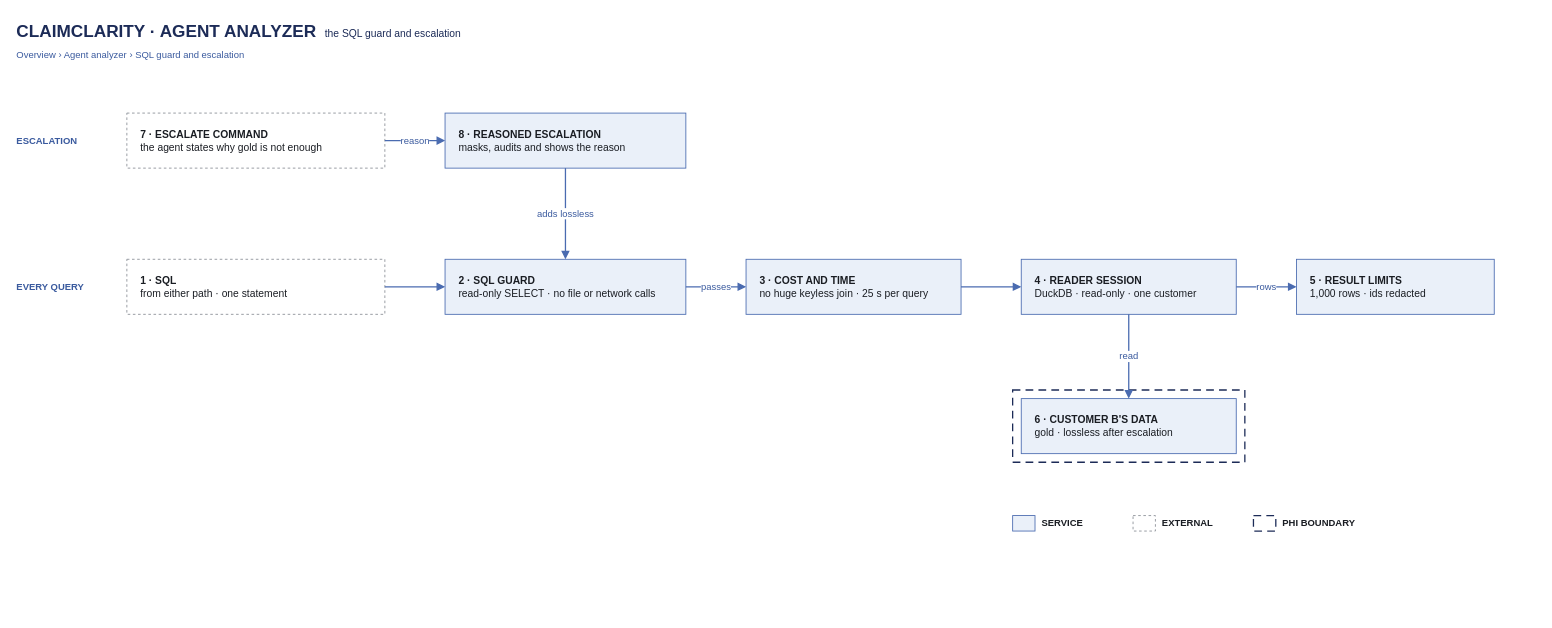
Peter-Shamoun/cc keeps this draw.io diagram as docs/architecture/src/44-sql-guard-escalation.drawio. Above is the earlier version. Source tidied: cells renumbered, new cells numbered last; positions are measured from the earlier drawing's top-left corner, leaving out a move shared by most shapes. Both pictures are drawn from the tidied source at 86%, with x=0, y=0 at pixel (15, 15).
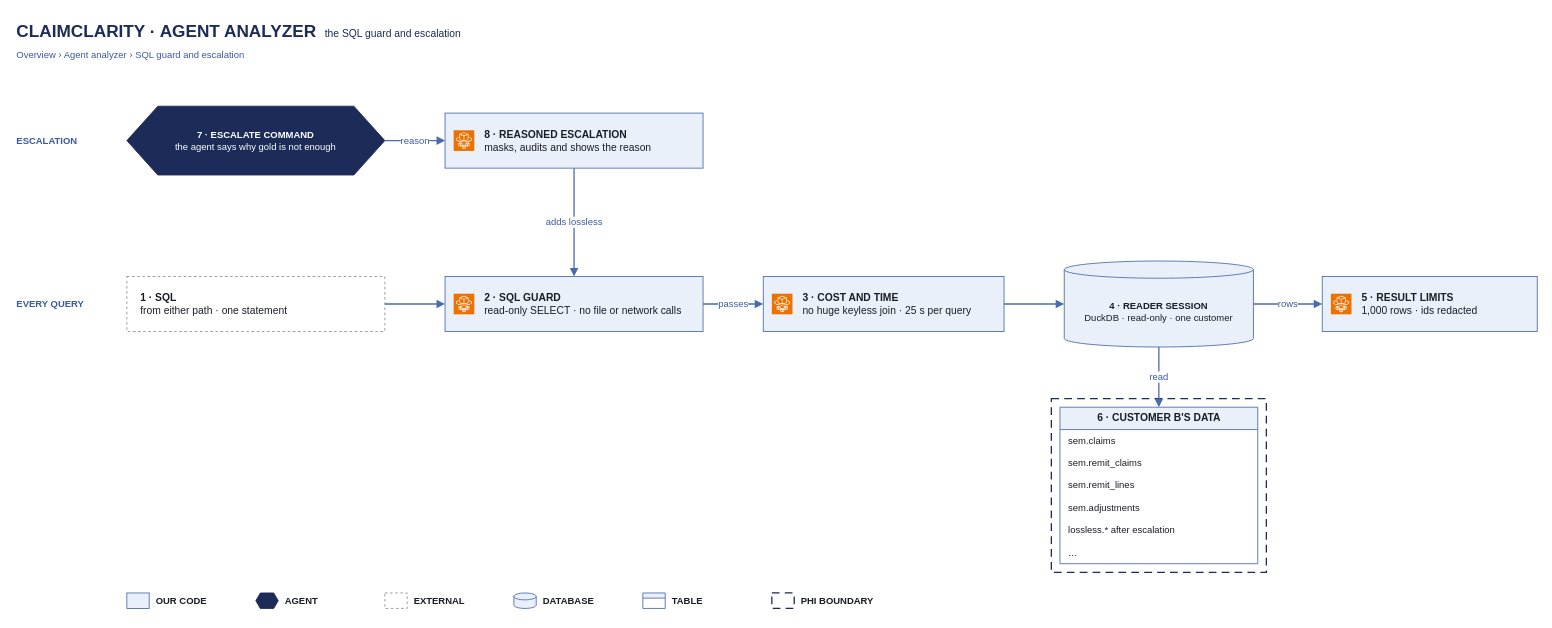
The same page after the edit.

Change to the diagram source:
```diff
@@
     <mxCell id="2" value="&lt;b style='font-size:20px'&gt;CLAIMCLARITY · AGENT ANALYZER&lt;/b&gt;&amp;nbsp;&amp;nbsp;&amp;nbsp;the SQL guard and escalation" style="text;html=1;align=left;verticalAlign=middle;fontSize=12;fontColor=#1C2B57;fontFamily=Helvetica;" parent="1" vertex="1">
-      <mxGeometry width="1200" height="36" as="geometry" />
+      <mxGeometry width="1300" height="36" as="geometry" />
     </mxCell>
@@
     <mxCell id="5" value="EVERY QUERY" style="text;html=1;align=left;verticalAlign=middle;fontSize=11;fontColor=#3A5A9E;fontStyle=1;fontFamily=Helvetica;" parent="1" vertex="1">
-      <mxGeometry y="296" width="110" height="40" as="geometry" />
+      <mxGeometry y="316" width="110" height="40" as="geometry" />
     </mxCell>
-    <mxCell id="6" value="&lt;b&gt;7 · ESCALATE COMMAND&lt;/b&gt;&lt;br&gt;the agent states why gold is not enough" style="rounded=0;whiteSpace=wrap;html=1;fillColor=#FFFFFF;strokeColor=#8A8E95;dashed=1;fontColor=#1A1D23;align=left;spacingLeft=14;spacingRight=10;verticalAlign=middle;fontSize=12;fontFamily=Helvetica;" parent="1" vertex="1">
-      <mxGeometry x="130" y="114" width="300" height="64" as="geometry" />
-    </mxCell>
+    <mxCell id="29" value="&lt;b&gt;7 · ESCALATE COMMAND&lt;/b&gt;&lt;br&gt;the agent says why gold is not enough" style="shape=hexagon;perimeter=hexagonPerimeter2;size=0.12;whiteSpace=wrap;html=1;fillColor=#1C2B57;strokeColor=#1C2B57;fontColor=#FFFFFF;fontFamily=Helvetica;fontSize=11;" parent="1" vertex="1">
+      <mxGeometry x="130" y="106" width="300" height="80" as="geometry" />
+    </mxCell>
-    <mxCell id="7" value="&lt;b&gt;8 · REASONED ESCALATION&lt;/b&gt;&lt;br&gt;masks, audits and shows the reason" style="rounded=0;whiteSpace=wrap;html=1;fillColor=#EAF0F9;strokeColor=#4A6BB0;fontColor=#1A1D23;align=left;spacingLeft=14;spacingRight=10;verticalAlign=middle;fontSize=12;fontFamily=Helvetica;" parent="1" vertex="1">
-      <mxGeometry x="500" y="114" width="280" height="64" as="geometry" />
+    <mxCell id="7" value="&lt;b&gt;8 · REASONED ESCALATION&lt;/b&gt;&lt;br&gt;masks, audits and shows the reason" style="rounded=0;whiteSpace=wrap;html=1;fillColor=#EAF0F9;strokeColor=#4A6BB0;fontColor=#1A1D23;align=left;spacingLeft=44;spacingRight=10;verticalAlign=middle;fontSize=12;fontFamily=Helvetica;" parent="1" vertex="1">
+      <mxGeometry x="500" y="114" width="300" height="64" as="geometry" />
     </mxCell>
+    <mxCell id="30" style="sketch=0;fontColor=#232F3E;fillColor=#ED7100;strokeColor=#ffffff;dashed=0;verticalLabelPosition=bottom;verticalAlign=top;align=center;html=1;fontSize=11;fontFamily=Helvetica;shape=mxgraph.aws4.resourceIcon;resIcon=mxgraph.aws4.fargate;" parent="7" vertex="1">
+      <mxGeometry x="10" y="20" width="24" height="24" as="geometry" />
+    </mxCell>
     <mxCell id="8" value="&lt;b&gt;1 · SQL&lt;/b&gt;&lt;br&gt;from either path · one statement" style="rounded=0;whiteSpace=wrap;html=1;fillColor=#FFFFFF;strokeColor=#8A8E95;dashed=1;fontColor=#1A1D23;align=left;spacingLeft=14;spacingRight=10;verticalAlign=middle;fontSize=12;fontFamily=Helvetica;" parent="1" vertex="1">
-      <mxGeometry x="130" y="284" width="300" height="64" as="geometry" />
+      <mxGeometry x="130" y="304" width="300" height="64" as="geometry" />
     </mxCell>
-    <mxCell id="9" value="&lt;b&gt;2 · SQL GUARD&lt;/b&gt;&lt;br&gt;read-only SELECT · no file or network calls" style="rounded=0;whiteSpace=wrap;html=1;fillColor=#EAF0F9;strokeColor=#4A6BB0;fontColor=#1A1D23;align=left;spacingLeft=14;spacingRight=10;verticalAlign=middle;fontSize=12;fontFamily=Helvetica;" parent="1" vertex="1">
-      <mxGeometry x="500" y="284" width="280" height="64" as="geometry" />
+    <mxCell id="9" value="&lt;b&gt;2 · SQL GUARD&lt;/b&gt;&lt;br&gt;read-only SELECT · no file or network calls" style="rounded=0;whiteSpace=wrap;html=1;fillColor=#EAF0F9;strokeColor=#4A6BB0;fontColor=#1A1D23;align=left;spacingLeft=44;spacingRight=10;verticalAlign=middle;fontSize=12;fontFamily=Helvetica;" parent="1" vertex="1">
+      <mxGeometry x="500" y="304" width="300" height="64" as="geometry" />
     </mxCell>
+    <mxCell id="31" style="sketch=0;fontColor=#232F3E;fillColor=#ED7100;strokeColor=#ffffff;dashed=0;verticalLabelPosition=bottom;verticalAlign=top;align=center;html=1;fontSize=11;fontFamily=Helvetica;shape=mxgraph.aws4.resourceIcon;resIcon=mxgraph.aws4.fargate;" parent="9" vertex="1">
+      <mxGeometry x="10" y="20" width="24" height="24" as="geometry" />
+    </mxCell>
-    <mxCell id="10" value="&lt;b&gt;3 · COST AND TIME&lt;/b&gt;&lt;br&gt;no huge keyless join · 25 s per query" style="rounded=0;whiteSpace=wrap;html=1;fillColor=#EAF0F9;strokeColor=#4A6BB0;fontColor=#1A1D23;align=left;spacingLeft=14;spacingRight=10;verticalAlign=middle;fontSize=12;fontFamily=Helvetica;" parent="1" vertex="1">
-      <mxGeometry x="850" y="284" width="250" height="64" as="geometry" />
+    <mxCell id="10" value="&lt;b&gt;3 · COST AND TIME&lt;/b&gt;&lt;br&gt;no huge keyless join · 25 s per query" style="rounded=0;whiteSpace=wrap;html=1;fillColor=#EAF0F9;strokeColor=#4A6BB0;fontColor=#1A1D23;align=left;spacingLeft=44;spacingRight=10;verticalAlign=middle;fontSize=12;fontFamily=Helvetica;" parent="1" vertex="1">
+      <mxGeometry x="870" y="304" width="280" height="64" as="geometry" />
     </mxCell>
+    <mxCell id="32" style="sketch=0;fontColor=#232F3E;fillColor=#ED7100;strokeColor=#ffffff;dashed=0;verticalLabelPosition=bottom;verticalAlign=top;align=center;html=1;fontSize=11;fontFamily=Helvetica;shape=mxgraph.aws4.resourceIcon;resIcon=mxgraph.aws4.fargate;" parent="10" vertex="1">
+      <mxGeometry x="10" y="20" width="24" height="24" as="geometry" />
+    </mxCell>
-    <mxCell id="11" value="&lt;b&gt;4 · READER SESSION&lt;/b&gt;&lt;br&gt;DuckDB · read-only · one customer" style="rounded=0;whiteSpace=wrap;html=1;fillColor=#EAF0F9;strokeColor=#4A6BB0;fontColor=#1A1D23;align=left;spacingLeft=14;spacingRight=10;verticalAlign=middle;fontSize=12;fontFamily=Helvetica;" parent="1" vertex="1">
-      <mxGeometry x="1170" y="284" width="250" height="64" as="geometry" />
+    <mxCell id="11" value="&lt;b&gt;4 · READER SESSION&lt;/b&gt;&lt;br&gt;DuckDB · read-only · one customer" style="shape=cylinder3;whiteSpace=wrap;html=1;boundedLbl=1;backgroundOutline=1;size=10;fillColor=#EAF0F9;strokeColor=#4A6BB0;fontSize=11;fontFamily=Helvetica;fontColor=#1A1D23;" parent="1" vertex="1">
+      <mxGeometry x="1220" y="286" width="220" height="100" as="geometry" />
     </mxCell>
-    <mxCell id="12" value="&lt;b&gt;5 · RESULT LIMITS&lt;/b&gt;&lt;br&gt;1,000 rows · ids redacted" style="rounded=0;whiteSpace=wrap;html=1;fillColor=#EAF0F9;strokeColor=#4A6BB0;fontColor=#1A1D23;align=left;spacingLeft=14;spacingRight=10;verticalAlign=middle;fontSize=12;fontFamily=Helvetica;" parent="1" vertex="1">
-      <mxGeometry x="1490" y="284" width="230" height="64" as="geometry" />
+    <mxCell id="12" value="&lt;b&gt;5 · RESULT LIMITS&lt;/b&gt;&lt;br&gt;1,000 rows · ids redacted" style="rounded=0;whiteSpace=wrap;html=1;fillColor=#EAF0F9;strokeColor=#4A6BB0;fontColor=#1A1D23;align=left;spacingLeft=44;spacingRight=10;verticalAlign=middle;fontSize=12;fontFamily=Helvetica;" parent="1" vertex="1">
+      <mxGeometry x="1520" y="304" width="250" height="64" as="geometry" />
     </mxCell>
+    <mxCell id="33" style="sketch=0;fontColor=#232F3E;fillColor=#ED7100;strokeColor=#ffffff;dashed=0;verticalLabelPosition=bottom;verticalAlign=top;align=center;html=1;fontSize=11;fontFamily=Helvetica;shape=mxgraph.aws4.resourceIcon;resIcon=mxgraph.aws4.fargate;" parent="12" vertex="1">
+      <mxGeometry x="10" y="20" width="24" height="24" as="geometry" />
+    </mxCell>
     <mxCell id="13" style="rounded=0;whiteSpace=wrap;html=1;fillColor=none;strokeColor=#1C2B57;dashed=1;dashPattern=6 4;strokeWidth=1.5;" parent="1" vertex="1">
-      <mxGeometry x="1160" y="436" width="270" height="84" as="geometry" />
+      <mxGeometry x="1205" y="446" width="250" height="202" as="geometry" />
     </mxCell>
-    <mxCell id="14" value="&lt;b&gt;6 · CUSTOMER B'S DATA&lt;/b&gt;&lt;br&gt;gold · lossless after escalation" style="rounded=0;whiteSpace=wrap;html=1;fillColor=#EAF0F9;strokeColor=#4A6BB0;fontColor=#1A1D23;align=left;spacingLeft=14;spacingRight=10;verticalAlign=middle;fontSize=12;fontFamily=Helvetica;" parent="13" vertex="1">
-      <mxGeometry x="10" y="10" width="250" height="64" as="geometry" />
-    </mxCell>
+    <mxCell id="34" value="6 · CUSTOMER B'S DATA" style="swimlane;fontStyle=1;horizontal=1;startSize=26;fillColor=#EAF0F9;strokeColor=#4A6BB0;html=1;fontSize=12;fontFamily=Helvetica;fontColor=#1A1D23;" parent="13" vertex="1">
+      <mxGeometry x="10" y="10" width="230" height="182" as="geometry" />
+    </mxCell>
+    <mxCell id="35" value="sem.claims" style="text;strokeColor=none;fillColor=none;align=left;verticalAlign=middle;spacingLeft=8;html=1;fontSize=11;fontFamily=Helvetica;fontColor=#1A1D23;" parent="34" vertex="1">
+      <mxGeometry y="26" width="230" height="26" as="geometry" />
+    </mxCell>
+    <mxCell id="36" value="sem.remit_claims" style="text;strokeColor=none;fillColor=none;align=left;verticalAlign=middle;spacingLeft=8;html=1;fontSize=11;fontFamily=Helvetica;fontColor=#1A1D23;" parent="34" vertex="1">
+      <mxGeometry y="52" width="230" height="26" as="geometry" />
+    </mxCell>
+    <mxCell id="37" value="sem.remit_lines" style="text;strokeColor=none;fillColor=none;align=left;verticalAlign=middle;spacingLeft=8;html=1;fontSize=11;fontFamily=Helvetica;fontColor=#1A1D23;" parent="34" vertex="1">
+      <mxGeometry y="78" width="230" height="26" as="geometry" />
+    </mxCell>
+    <mxCell id="38" value="sem.adjustments" style="text;strokeColor=none;fillColor=none;align=left;verticalAlign=middle;spacingLeft=8;html=1;fontSize=11;fontFamily=Helvetica;fontColor=#1A1D23;" parent="34" vertex="1">
+      <mxGeometry y="104" width="230" height="26" as="geometry" />
+    </mxCell>
+    <mxCell id="39" value="lossless.* after escalation" style="text;strokeColor=none;fillColor=none;align=left;verticalAlign=middle;spacingLeft=8;html=1;fontSize=11;fontFamily=Helvetica;fontColor=#1A1D23;" parent="34" vertex="1">
+      <mxGeometry y="130" width="230" height="26" as="geometry" />
+    </mxCell>
+    <mxCell id="40" value="…" style="text;strokeColor=none;fillColor=none;align=left;verticalAlign=middle;spacingLeft=8;html=1;fontSize=11;fontFamily=Helvetica;fontColor=#1A1D23;" parent="34" vertex="1">
+      <mxGeometry y="156" width="230" height="26" as="geometry" />
+    </mxCell>
-    <mxCell id="15" value="reason" style="edgeStyle=orthogonalEdgeStyle;rounded=1;jettySize=auto;html=1;strokeColor=#4A6BB0;strokeWidth=1.5;endArrow=block;endFill=1;endSize=6;fontSize=11;fontColor=#3A5A9E;labelBackgroundColor=#FFFFFF;fontFamily=Helvetica;exitX=1;exitY=0.5;exitDx=0;exitDy=0;entryX=0;entryY=0.5;entryDx=0;entryDy=0;" parent="1" edge="1" source="6" target="7">
+    <mxCell id="15" value="reason" style="edgeStyle=orthogonalEdgeStyle;rounded=1;jettySize=auto;html=1;strokeColor=#4A6BB0;strokeWidth=1.5;endArrow=block;endFill=1;endSize=6;fontSize=11;fontColor=#3A5A9E;labelBackgroundColor=#FFFFFF;fontFamily=Helvetica;exitX=1;exitY=0.5;exitDx=0;exitDy=0;entryX=0;entryY=0.5;entryDx=0;entryDy=0;" parent="1" edge="1" source="29" target="7">
       <mxGeometry relative="1" as="geometry" />
     </mxCell>
@@
-    <mxCell id="20" value="read" style="edgeStyle=orthogonalEdgeStyle;rounded=1;jettySize=auto;html=1;strokeColor=#4A6BB0;strokeWidth=1.5;endArrow=block;endFill=1;endSize=6;fontSize=11;fontColor=#3A5A9E;labelBackgroundColor=#FFFFFF;fontFamily=Helvetica;exitX=0.5;exitY=1;exitDx=0;exitDy=0;entryX=0.5;entryY=0;entryDx=0;entryDy=0;" parent="1" edge="1" source="11" target="14">
+    <mxCell id="20" value="read" style="edgeStyle=orthogonalEdgeStyle;rounded=1;jettySize=auto;html=1;strokeColor=#4A6BB0;strokeWidth=1.5;endArrow=block;endFill=1;endSize=6;fontSize=11;fontColor=#3A5A9E;labelBackgroundColor=#FFFFFF;fontFamily=Helvetica;exitX=0.5;exitY=1;exitDx=0;exitDy=0;entryX=0.5;entryY=0;entryDx=0;entryDy=0;" parent="1" edge="1" source="11" target="34">
       <mxGeometry relative="1" as="geometry" />
     </mxCell>
@@
     <mxCell id="22" style="rounded=0;html=1;fillColor=none;strokeColor=none;" parent="1" vertex="1">
-      <mxGeometry x="1160" y="576" width="420" height="30" as="geometry" />
+      <mxGeometry x="130" y="666" width="900" height="30" as="geometry" />
     </mxCell>
@@
-    <mxCell id="24" value="SERVICE" style="text;html=1;align=left;verticalAlign=middle;fontSize=11;fontColor=#1A1D23;fontStyle=1;fontFamily=Helvetica;" parent="22" vertex="1">
-      <mxGeometry x="32" y="4" width="105" height="22" as="geometry" />
+    <mxCell id="24" value="OUR CODE" style="text;html=1;align=left;verticalAlign=middle;fontSize=11;fontColor=#1A1D23;fontStyle=1;fontFamily=Helvetica;" parent="22" vertex="1">
+      <mxGeometry x="32" y="4" width="115" height="22" as="geometry" />
     </mxCell>
-    <mxCell id="25" style="fillColor=#FFFFFF;strokeColor=#8A8E95;dashed=1;html=1;" parent="22" vertex="1">
-      <mxGeometry x="140" y="6" width="26" height="18" as="geometry" />
+    <mxCell id="25" style="shape=hexagon;perimeter=hexagonPerimeter2;size=0.2;fillColor=#1C2B57;strokeColor=#1C2B57;html=1;" parent="22" vertex="1">
+      <mxGeometry x="150" y="6" width="26" height="18" as="geometry" />
     </mxCell>
-    <mxCell id="26" value="EXTERNAL" style="text;html=1;align=left;verticalAlign=middle;fontSize=11;fontColor=#1A1D23;fontStyle=1;fontFamily=Helvetica;" parent="22" vertex="1">
-      <mxGeometry x="172" y="4" width="105" height="22" as="geometry" />
+    <mxCell id="26" value="AGENT" style="text;html=1;align=left;verticalAlign=middle;fontSize=11;fontColor=#1A1D23;fontStyle=1;fontFamily=Helvetica;" parent="22" vertex="1">
+      <mxGeometry x="182" y="4" width="115" height="22" as="geometry" />
     </mxCell>
-    <mxCell id="27" style="fillColor=none;strokeColor=#1C2B57;dashed=1;dashPattern=6 4;strokeWidth=1.5;html=1;" parent="22" vertex="1">
-      <mxGeometry x="280" y="6" width="26" height="18" as="geometry" />
+    <mxCell id="27" style="fillColor=#FFFFFF;strokeColor=#8A8E95;dashed=1;html=1;" parent="22" vertex="1">
+      <mxGeometry x="300" y="6" width="26" height="18" as="geometry" />
     </mxCell>
-    <mxCell id="28" value="PHI BOUNDARY" style="text;html=1;align=left;verticalAlign=middle;fontSize=11;fontColor=#1A1D23;fontStyle=1;fontFamily=Helvetica;" parent="22" vertex="1">
-      <mxGeometry x="312" y="4" width="105" height="22" as="geometry" />
+    <mxCell id="28" value="EXTERNAL" style="text;html=1;align=left;verticalAlign=middle;fontSize=11;fontColor=#1A1D23;fontStyle=1;fontFamily=Helvetica;" parent="22" vertex="1">
+      <mxGeometry x="332" y="4" width="115" height="22" as="geometry" />
     </mxCell>
+    <mxCell id="41" style="shape=cylinder3;html=1;boundedLbl=1;backgroundOutline=1;size=4;fillColor=#EAF0F9;strokeColor=#4A6BB0;" parent="22" vertex="1">
+      <mxGeometry x="450" y="6" width="26" height="18" as="geometry" />
+    </mxCell>
+    <mxCell id="42" value="DATABASE" style="text;html=1;align=left;verticalAlign=middle;fontSize=11;fontColor=#1A1D23;fontStyle=1;fontFamily=Helvetica;" parent="22" vertex="1">
+      <mxGeometry x="482" y="4" width="115" height="22" as="geometry" />
+    </mxCell>
+    <mxCell id="43" style="swimlane;startSize=6;fillColor=#EAF0F9;strokeColor=#4A6BB0;html=1;" parent="22" vertex="1">
+      <mxGeometry x="600" y="6" width="26" height="18" as="geometry" />
+    </mxCell>
+    <mxCell id="44" value="TABLE" style="text;html=1;align=left;verticalAlign=middle;fontSize=11;fontColor=#1A1D23;fontStyle=1;fontFamily=Helvetica;" parent="22" vertex="1">
+      <mxGeometry x="632" y="4" width="115" height="22" as="geometry" />
+    </mxCell>
+    <mxCell id="45" style="fillColor=none;strokeColor=#1C2B57;dashed=1;dashPattern=6 4;strokeWidth=1.5;html=1;" parent="22" vertex="1">
+      <mxGeometry x="750" y="6" width="26" height="18" as="geometry" />
+    </mxCell>
+    <mxCell id="46" value="PHI BOUNDARY" style="text;html=1;align=left;verticalAlign=middle;fontSize=11;fontColor=#1A1D23;fontStyle=1;fontFamily=Helvetica;" parent="22" vertex="1">
+      <mxGeometry x="782" y="4" width="115" height="22" as="geometry" />
+    </mxCell>
```
